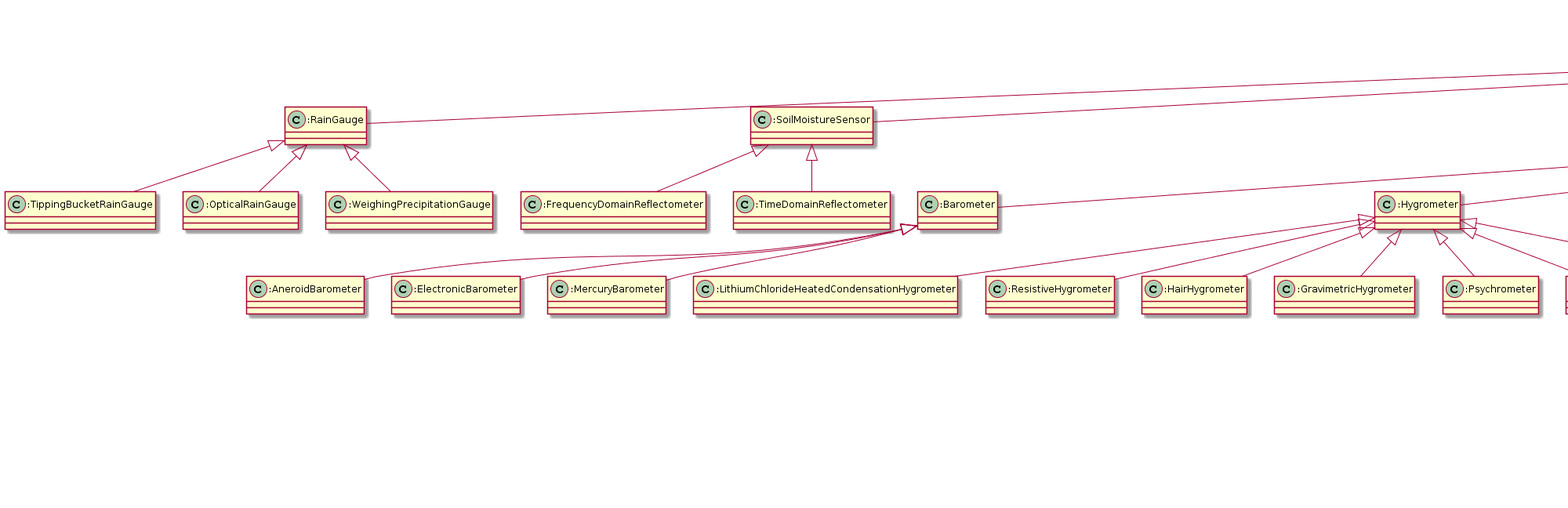
The PlantUML diagram docs/tern-sensor.ttl.txt.png in ternaustralia/ontology_tern-sensor, before a commit.
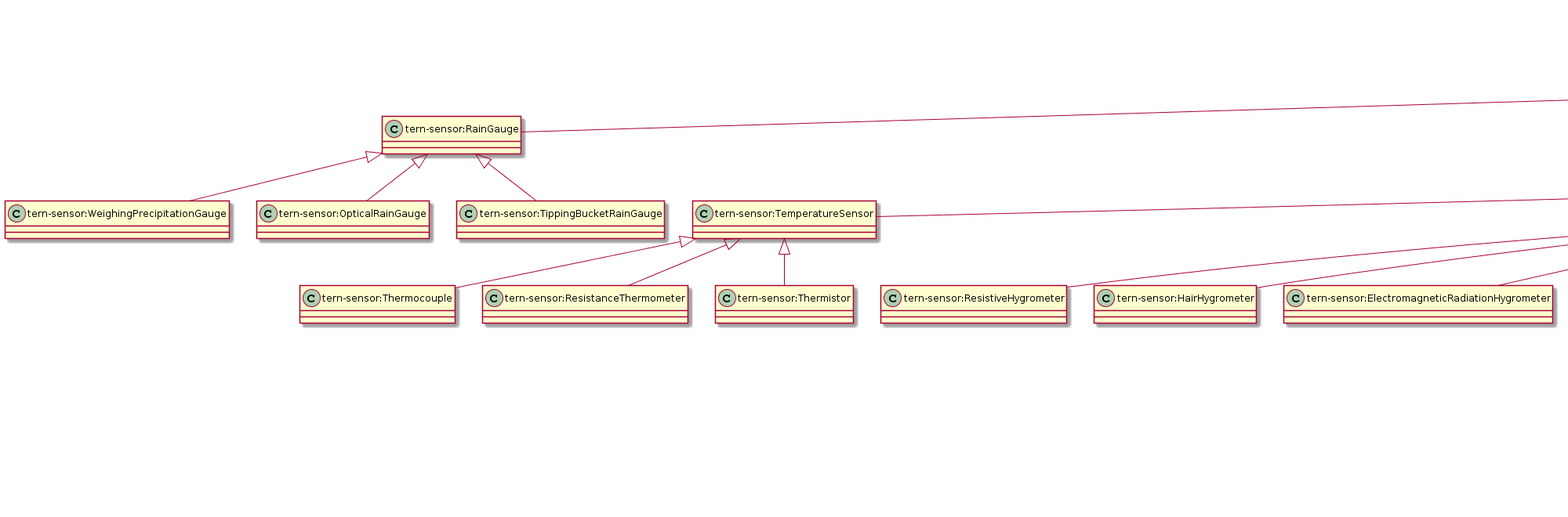
After the change.

What changed in the source:
```diff
@@ -1,172 +1,175 @@
 @startuml
 title TERN Sensors Ontology
-":RainGauge" <|-- ":TippingBucketRainGauge"
-":Barometer" <|-- ":AneroidBarometer"
-":FixedPlatform" <|-- ":WeatherStation"
-":EcologicalPlot" <|-- ":SuperSite"
-":SoilMoistureSensor" <|-- ":FrequencyDomainReflectometer"
-":Hygrometer" <|-- ":LithiumChlorideHeatedCondensationHygrometer"
-":Aircraft" <|-- ":Drone"
-":SoilMoistureSensor" <|-- ":TimeDomainReflectometer"
-":Barometer" <|-- ":ElectronicBarometer"
-":RainGauge" <|-- ":OpticalRainGauge"
-":Barometer" <|-- ":MercuryBarometer"
-":FixedPlatform" <|-- ":EcologicalPlot"
-"sosa:Sensor" <|-- ":FluxTowerSensor"
-"sosa:Sensor" <|-- ":RainGauge"
-":RadiationSensor" <|-- ":Pyrheliometer"
-":Hygrometer" <|-- ":ResistiveHygrometer"
-":WindSensor" <|-- ":Anemometer"
-":FluxTowerSensor" <|-- ":InfraredGasAnalyzer"
-":Actinometer" <|-- ":Pyranometer"
-":SonicAnemometer" <|-- ":3DSonicAnemometer"
-":SonicAnemometer" <|-- ":2DSonicAnemometer"
-":RadiationSensor" <|-- ":Pyrgeometer"
-":MobilePlatform" <|-- ":Aircraft"
-":Hygrometer" <|-- ":HairHygrometer"
-":TemperatureSensor" <|-- ":ResistanceThermometer"
-":FluxTowerSensor" <|-- ":Barometer"
-":RadiationSensor" <|-- ":Radiometer"
-":FluxTowerSensor" <|-- ":WindSensor"
-":Hygrometer" <|-- ":GravimetricHygrometer"
-"sosa:Platform" <|-- ":FixedPlatform"
-"sosa:Sensor" <|-- ":Dendrometer"
-":Anemometer" <|-- ":CupAnemometer"
-":RainGauge" <|-- ":WeighingPrecipitationGauge"
-":Hygrometer" <|-- ":Psychrometer"
-":TemperatureSensor" <|-- ":Thermistor"
-"sosa:Sensor" <|-- ":HeatFluxSensor"
-":FixedPlatform" <|-- ":FluxTower"
-"sosa:Sensor" <|-- ":SoilMoistureSensor"
-":Hygrometer" <|-- ":DewPointHygrometer"
-":Anemometer" <|-- ":SonicAnemometer"
-":Anemometer" <|-- ":HotWireAnemometer"
-":FluxTowerSensor" <|-- ":Hygrometer"
-":FluxTowerSensor" <|-- ":TemperatureSensor"
-":RadiationSensor" <|-- ":QuantumSensor"
-"sosa:Sensor" <|-- ":Spectrometer"
-":Actinometer" <|-- ":NetRadiometer"
-"sosa:Sensor" <|-- ":Ceilometer"
-"sosa:Platform" <|-- ":MobilePlatform"
-":FluxTowerSensor" <|-- ":CapactitiveSensor"
-":Radiometer" <|-- ":Actinometer"
-":MobilePlatform" <|-- ":Satellite"
-":Radiometer" <|-- ":Pyrradiometer"
-":FluxTowerSensor" <|-- ":RadiationSensor"
-":TemperatureSensor" <|-- ":Thermocouple"
-"sosa:Sensor" <|-- ":SapFlowSensor"
-":Hygrometer" <|-- ":ElectromagneticRadiationHygrometer"
-Class ":TippingBucketRainGauge" [[https://w3id.org/tern/ontologies/sensor/TippingBucketRainGauge]] {
+"tern-sensor:TemperatureSensor" <|-- "tern-sensor:Thermocouple"
+"sosa:Sensor" <|-- "tern-sensor:RainGauge"
+"tern-sensor:RainGauge" <|-- "tern-sensor:WeighingPrecipitationGauge"
+"sosa:Sensor" <|-- "tern-sensor:Ceilometer"
+"tern-sensor:RainGauge" <|-- "tern-sensor:OpticalRainGauge"
+"tern-sensor:Hygrometer" <|-- "tern-sensor:ResistiveHygrometer"
+"tern-sensor:Actinometer" <|-- "tern-sensor:NetRadiometer"
+"tern-sensor:FluxTowerSensor" <|-- "tern-sensor:CapactitiveSensor"
+"tern-sensor:FixedPlatform" <|-- "tern-sensor:FluxTower"
+"tern-sensor:Aircraft" <|-- "tern-sensor:Drone"
+"tern-sensor:Radiometer" <|-- "tern-sensor:Pyrradiometer"
+"tern-sensor:SonicAnemometer" <|-- "tern-sensor:3DSonicAnemometer"
+"tern-sensor:Anemometer" <|-- "tern-sensor:CupAnemometer"
+"tern-sensor:SoilMoistureSensor" <|-- "tern-sensor:FrequencyDomainReflectometer"
+"tern-sensor:Hygrometer" <|-- "tern-sensor:HairHygrometer"
+"tern-sensor:WindSensor" <|-- "tern-sensor:Anemometer"
+"tern-sensor:Radiometer" <|-- "tern-sensor:Actinometer"
+"tern-sensor:Hygrometer" <|-- "tern-sensor:ElectromagneticRadiationHygrometer"
+"sosa:Sensor" <|-- "tern-sensor:SapFlowSensor"
+"tern-sensor:MobilePlatform" <|-- "tern-sensor:Satellite"
+"tern-sensor:FluxTowerSensor" <|-- "tern-sensor:TemperatureSensor"
+"tern-sensor:TemperatureSensor" <|-- "tern-sensor:ResistanceThermometer"
+"sosa:Sensor" <|-- "tern-sensor:Dendrometer"
+"sosa:Sensor" <|-- "tern-sensor:HeatFluxSensor"
+"tern-sensor:RadiationSensor" <|-- "tern-sensor:Pyrheliometer"
+"tern-sensor:Anemometer" <|-- "tern-sensor:SonicAnemometer"
+"tern-sensor:SoilMoistureSensor" <|-- "tern-sensor:TimeDomainReflectometer"
+"tern-sensor:Hygrometer" <|-- "tern-sensor:DewPointHygrometer"
+"tern-sensor:MobilePlatform" <|-- "tern-sensor:Aircraft"
+"sosa:Sensor" <|-- "tern-sensor:SoilMoistureSensor"
+"tern-sensor:TemperatureSensor" <|-- "tern-sensor:Thermistor"
+"tern-sensor:RainGauge" <|-- "tern-sensor:TippingBucketRainGauge"
+"tern-sensor:Hygrometer" <|-- "tern-sensor:GravimetricHygrometer"
+"tern-sensor:Barometer" <|-- "tern-sensor:AneroidBarometer"
+"tern-sensor:Actinometer" <|-- "tern-sensor:Pyranometer"
+"sosa:Sensor" <|-- "tern-sensor:Spectrometer"
+"tern-sensor:FluxTowerSensor" <|-- "tern-sensor:Hygrometer"
+"sosa:Platform" <|-- "tern-sensor:MobilePlatform"
+"tern-sensor:FluxTowerSensor" <|-- "tern-sensor:Barometer"
+"tern-sensor:RadiationSensor" <|-- "tern-sensor:QuantumSensor"
+"tern-sensor:FluxTowerSensor" <|-- "tern-sensor:RadiationSensor"
+"sosa:Platform" <|-- "tern-sensor:FixedPlatform"
+"tern-sensor:SonicAnemometer" <|-- "tern-sensor:2DSonicAnemometer"
+"tern-sensor:Anemometer" <|-- "tern-sensor:HotWireAnemometer"
+"tern-sensor:FixedPlatform" <|-- "tern-sensor:WeatherStation"
+"tern-sensor:FluxTowerSensor" <|-- "tern-sensor:WindSensor"
+"tern-sensor:FluxTowerSensor" <|-- "tern-sensor:InfraredGasAnalyzer"
+"tern-sensor:Barometer" <|-- "tern-sensor:ElectronicBarometer"
+"tern-sensor:RadiationSensor" <|-- "tern-sensor:Pyrgeometer"
+"tern-sensor:Hygrometer" <|-- "tern-sensor:Psychrometer"
+"tern-sensor:Barometer" <|-- "tern-sensor:MercuryBarometer"
+"sosa:Sensor" <|-- "tern-sensor:FluxTowerSensor"
+"tern-sensor:FixedPlatform" <|-- "tern-sensor:EcologicalPlot"
+"tern-sensor:Hygrometer" <|-- "tern-sensor:LithiumChlorideHeatedCondensationHygrometer"
+"tern-sensor:RadiationSensor" <|-- "tern-sensor:Radiometer"
+"tern-sensor:EcologicalPlot" <|-- "tern-sensor:SuperSite"
+Class "tern-sensor:Thermocouple" [[https://w3id.org/tern/ontologies/sensor/Thermocouple]] {
 }
-Class ":AneroidBarometer" [[https://w3id.org/tern/ontologies/sensor/AneroidBarometer]] {
+Class "tern-sensor:RainGauge" [[https://w3id.org/tern/ontologies/sensor/RainGauge]] {
 }
-Class ":WeatherStation" [[https://w3id.org/tern/ontologies/sensor/WeatherStation]] {
+Class "tern-sensor:WeighingPrecipitationGauge" [[https://w3id.org/tern/ontologies/sensor/WeighingPrecipitationGauge]] {
 }
-Class ":SuperSite" [[https://w3id.org/tern/ontologies/sensor/SuperSite]] {
+Class "tern-sensor:Ceilometer" [[https://w3id.org/tern/ontologies/sensor/Ceilometer]] {
 }
-Class ":FrequencyDomainReflectometer" [[https://w3id.org/tern/ontologies/sensor/FrequencyDomainReflectometer]] {
+Class "tern-sensor:OpticalRainGauge" [[https://w3id.org/tern/ontologies/sensor/OpticalRainGauge]] {
 }
-Class ":LithiumChlorideHeatedCondensationHygrometer" [[https://w3id.org/tern/ontologies/sensor/LithiumChlorideHeatedCondensationHygrometer]] {
+Class "tern-sensor:ResistiveHygrometer" [[https://w3id.org/tern/ontologies/sensor/ResistiveHygrometer]] {
 }
-Class ":Drone" [[https://w3id.org/tern/ontologies/sensor/Drone]] {
+Class "tern-sensor:NetRadiometer" [[https://w3id.org/tern/ontologies/sensor/NetRadiometer]] {
 }
-Class ":TimeDomainReflectometer" [[https://w3id.org/tern/ontologies/sensor/TimeDomainReflectometer]] {
+Class "tern-sensor:CapactitiveSensor" [[https://w3id.org/tern/ontologies/sensor/CapactitiveSensor]] {
 }
-Class ":ElectronicBarometer" [[https://w3id.org/tern/ontologies/sensor/ElectronicBarometer]] {
+Class "tern-sensor:FluxTower" [[https://w3id.org/tern/ontologies/sensor/FluxTower]] {
 }
-Class ":OpticalRainGauge" [[https://w3id.org/tern/ontologies/sensor/OpticalRainGauge]] {
+Class "tern-sensor:Drone" [[https://w3id.org/tern/ontologies/sensor/Drone]] {
 }
-Class ":MercuryBarometer" [[https://w3id.org/tern/ontologies/sensor/MercuryBarometer]] {
+Class "tern-sensor:Pyrradiometer" [[https://w3id.org/tern/ontologies/sensor/Pyrradiometer]] {
 }
-Class ":EcologicalPlot" [[https://w3id.org/tern/ontologies/sensor/EcologicalPlot]] {
+Class "tern-sensor:3DSonicAnemometer" [[https://w3id.org/tern/ontologies/sensor/3DSonicAnemometer]] {
 }
-Class ":FluxTowerSensor" [[https://w3id.org/tern/ontologies/sensor/FluxTowerSensor]] {
+Class "tern-sensor:CupAnemometer" [[https://w3id.org/tern/ontologies/sensor/CupAnemometer]] {
 }
-Class ":RainGauge" [[https://w3id.org/tern/ontologies/sensor/RainGauge]] {
+Class "tern-sensor:FrequencyDomainReflectometer" [[https://w3id.org/tern/ontologies/sensor/FrequencyDomainReflectometer]] {
 }
-Class ":Pyrheliometer" [[https://w3id.org/tern/ontologies/sensor/Pyrheliometer]] {
+Class "tern-sensor:HairHygrometer" [[https://w3id.org/tern/ontologies/sensor/HairHygrometer]] {
 }
-Class ":ResistiveHygrometer" [[https://w3id.org/tern/ontologies/sensor/ResistiveHygrometer]] {
+Class "tern-sensor:Anemometer" [[https://w3id.org/tern/ontologies/sensor/Anemometer]] {
 }
-Class ":Anemometer" [[https://w3id.org/tern/ontologies/sensor/Anemometer]] {
+Class "tern-sensor:Actinometer" [[https://w3id.org/tern/ontologies/sensor/Actinometer]] {
 }
-Class ":InfraredGasAnalyzer" [[https://w3id.org/tern/ontologies/sensor/InfraredGasAnalyzer]] {
+Class "tern-sensor:ElectromagneticRadiationHygrometer" [[https://w3id.org/tern/ontologies/sensor/ElectromagneticRadiationHygrometer]] {
 }
-Class ":Pyranometer" [[https://w3id.org/tern/ontologies/sensor/Pyranometer]] {
+Class "tern-sensor:SapFlowSensor" [[https://w3id.org/tern/ontologies/sensor/SapFlowSensor]] {
 }
-Class ":3DSonicAnemometer" [[https://w3id.org/tern/ontologies/sensor/3DSonicAnemometer]] {
+Class "tern-sensor:Satellite" [[https://w3id.org/tern/ontologies/sensor/Satellite]] {
 }
-Class ":2DSonicAnemometer" [[https://w3id.org/tern/ontologies/sensor/2DSonicAnemometer]] {
+Class "tern-sensor:TemperatureSensor" [[https://w3id.org/tern/ontologies/sensor/TemperatureSensor]] {
 }
-Class ":Pyrgeometer" [[https://w3id.org/tern/ontologies/sensor/Pyrgeometer]] {
+Class "tern-sensor:ResistanceThermometer" [[https://w3id.org/tern/ontologies/sensor/ResistanceThermometer]] {
 }
-Class ":Aircraft" [[https://w3id.org/tern/ontologies/sensor/Aircraft]] {
+Class "tern-sensor:Dendrometer" [[https://w3id.org/tern/ontologies/sensor/Dendrometer]] {
 }
-Class ":HairHygrometer" [[https://w3id.org/tern/ontologies/sensor/HairHygrometer]] {
+Class "tern-sensor:HeatFluxSensor" [[https://w3id.org/tern/ontologies/sensor/HeatFluxSensor]] {
 }
-Class ":ResistanceThermometer" [[https://w3id.org/tern/ontologies/sensor/ResistanceThermometer]] {
+Class "tern-sensor:Pyrheliometer" [[https://w3id.org/tern/ontologies/sensor/Pyrheliometer]] {
 }
-Class ":Barometer" [[https://w3id.org/tern/ontologies/sensor/Barometer]] {
+Class "tern-sensor:SonicAnemometer" [[https://w3id.org/tern/ontologies/sensor/SonicAnemometer]] {
 }
-Class ":Radiometer" [[https://w3id.org/tern/ontologies/sensor/Radiometer]] {
+Class "tern-sensor:TimeDomainReflectometer" [[https://w3id.org/tern/ontologies/sensor/TimeDomainReflectometer]] {
 }
-Class ":WindSensor" [[https://w3id.org/tern/ontologies/sensor/WindSensor]] {
+Class "tern-sensor:DewPointHygrometer" [[https://w3id.org/tern/ontologies/sensor/DewPointHygrometer]] {
 }
-Class ":GravimetricHygrometer" [[https://w3id.org/tern/ontologies/sensor/GravimetricHygrometer]] {
+Class "tern-sensor:Aircraft" [[https://w3id.org/tern/ontologies/sensor/Aircraft]] {
 }
-Class ":FixedPlatform" [[https://w3id.org/tern/ontologies/sensor/FixedPlatform]] {
+Class "tern-sensor:SoilMoistureSensor" [[https://w3id.org/tern/ontologies/sensor/SoilMoistureSensor]] {
 }
-Class ":Dendrometer" [[https://w3id.org/tern/ontologies/sensor/Dendrometer]] {
+Class "tern-sensor:Thermistor" [[https://w3id.org/tern/ontologies/sensor/Thermistor]] {
 }
-Class ":CupAnemometer" [[https://w3id.org/tern/ontologies/sensor/CupAnemometer]] {
+Class "tern-sensor:TippingBucketRainGauge" [[https://w3id.org/tern/ontologies/sensor/TippingBucketRainGauge]] {
 }
-Class ":WeighingPrecipitationGauge" [[https://w3id.org/tern/ontologies/sensor/WeighingPrecipitationGauge]] {
+Class "tern-sensor:GravimetricHygrometer" [[https://w3id.org/tern/ontologies/sensor/GravimetricHygrometer]] {
 }
-Class ":Psychrometer" [[https://w3id.org/tern/ontologies/sensor/Psychrometer]] {
+Class "tern-sensor:AneroidBarometer" [[https://w3id.org/tern/ontologies/sensor/AneroidBarometer]] {
 }
-Class ":Thermistor" [[https://w3id.org/tern/ontologies/sensor/Thermistor]] {
+Class "tern-sensor:Pyranometer" [[https://w3id.org/tern/ontologies/sensor/Pyranometer]] {
 }
-Class ":HeatFluxSensor" [[https://w3id.org/tern/ontologies/sensor/HeatFluxSensor]] {
+Class "tern-sensor:Spectrometer" [[https://w3id.org/tern/ontologies/sensor/Spectrometer]] {
 }
-Class ":FluxTower" [[https://w3id.org/tern/ontologies/sensor/FluxTower]] {
+Class "tern-sensor:Hygrometer" [[https://w3id.org/tern/ontologies/sensor/Hygrometer]] {
 }
-Class ":SoilMoistureSensor" [[https://w3id.org/tern/ontologies/sensor/SoilMoistureSensor]] {
+Class "tern-sensor:MobilePlatform" [[https://w3id.org/tern/ontologies/sensor/MobilePlatform]] {
 }
-Class ":DewPointHygrometer" [[https://w3id.org/tern/ontologies/sensor/DewPointHygrometer]] {
+Class "tern-sensor:Barometer" [[https://w3id.org/tern/ontologies/sensor/Barometer]] {
 }
-Class ":SonicAnemometer" [[https://w3id.org/tern/ontologies/sensor/SonicAnemometer]] {
+Class "tern-sensor:QuantumSensor" [[https://w3id.org/tern/ontologies/sensor/QuantumSensor]] {
 }
-Class ":HotWireAnemometer" [[https://w3id.org/tern/ontologies/sensor/HotWireAnemometer]] {
+Class "tern-sensor:RadiationSensor" [[https://w3id.org/tern/ontologies/sensor/RadiationSensor]] {
 }
-Class ":Hygrometer" [[https://w3id.org/tern/ontologies/sensor/Hygrometer]] {
+Class "tern-sensor:FixedPlatform" [[https://w3id.org/tern/ontologies/sensor/FixedPlatform]] {
 }
-Class ":TemperatureSensor" [[https://w3id.org/tern/ontologies/sensor/TemperatureSensor]] {
+Class "tern-sensor:2DSonicAnemometer" [[https://w3id.org/tern/ontologies/sensor/2DSonicAnemometer]] {
 }
-Class ":QuantumSensor" [[https://w3id.org/tern/ontologies/sensor/QuantumSensor]] {
+Class "tern-sensor:HotWireAnemometer" [[https://w3id.org/tern/ontologies/sensor/HotWireAnemometer]] {
 }
-Class ":Spectrometer" [[https://w3id.org/tern/ontologies/sensor/Spectrometer]] {
+Class "tern-sensor:WeatherStation" [[https://w3id.org/tern/ontologies/sensor/WeatherStation]] {
 }
-Class ":NetRadiometer" [[https://w3id.org/tern/ontologies/sensor/NetRadiometer]] {
+Class "tern-sensor:WindSensor" [[https://w3id.org/tern/ontologies/sensor/WindSensor]] {
 }
-Class ":Ceilometer" [[https://w3id.org/tern/ontologies/sensor/Ceilometer]] {
+Class "tern-sensor:InfraredGasAnalyzer" [[https://w3id.org/tern/ontologies/sensor/InfraredGasAnalyzer]] {
 }
-Class ":MobilePlatform" [[https://w3id.org/tern/ontologies/sensor/MobilePlatform]] {
+Class "tern-sensor:ElectronicBarometer" [[https://w3id.org/tern/ontologies/sensor/ElectronicBarometer]] {
 }
-Class ":CapactitiveSensor" [[https://w3id.org/tern/ontologies/sensor/CapactitiveSensor]] {
+Class "tern-sensor:Pyrgeometer" [[https://w3id.org/tern/ontologies/sensor/Pyrgeometer]] {
 }
-Class ":Actinometer" [[https://w3id.org/tern/ontologies/sensor/Actinometer]] {
+Class "tern-sensor:Psychrometer" [[https://w3id.org/tern/ontologies/sensor/Psychrometer]] {
 }
-Class ":Satellite" [[https://w3id.org/tern/ontologies/sensor/Satellite]] {
+Class "tern-sensor:MercuryBarometer" [[https://w3id.org/tern/ontologies/sensor/MercuryBarometer]] {
 }
-Class ":Pyrradiometer" [[https://w3id.org/tern/ontologies/sensor/Pyrradiometer]] {
+Class "tern-sensor:FluxTowerSensor" [[https://w3id.org/tern/ontologies/sensor/FluxTowerSensor]] {
 }
-Class ":RadiationSensor" [[https://w3id.org/tern/ontologies/sensor/RadiationSensor]] {
+Class "tern-sensor:EcologicalPlot" [[https://w3id.org/tern/ontologies/sensor/EcologicalPlot]] {
 }
-Class ":Thermocouple" [[https://w3id.org/tern/ontologies/sensor/Thermocouple]] {
+Class "tern-sensor:LithiumChlorideHeatedCondensationHygrometer" [[https://w3id.org/tern/ontologies/sensor/LithiumChlorideHeatedCondensationHygrometer]] {
 }
-Class ":SapFlowSensor" [[https://w3id.org/tern/ontologies/sensor/SapFlowSensor]] {
+Class "tern-sensor:Radiometer" [[https://w3id.org/tern/ontologies/sensor/Radiometer]] {
 }
-Class ":ElectromagneticRadiationHygrometer" [[https://w3id.org/tern/ontologies/sensor/ElectromagneticRadiationHygrometer]] {
+Class "tern-sensor:SuperSite" [[https://w3id.org/tern/ontologies/sensor/SuperSite]] {
 }
+header
+Creator: Edmond Chuc (e.chuc@uq.edu.au)
+endheader
 center footer Generated by [[https://github.com/edmondchuc/ontogram https://github.com/edmondchuc/ontogram]]
 @enduml
```
